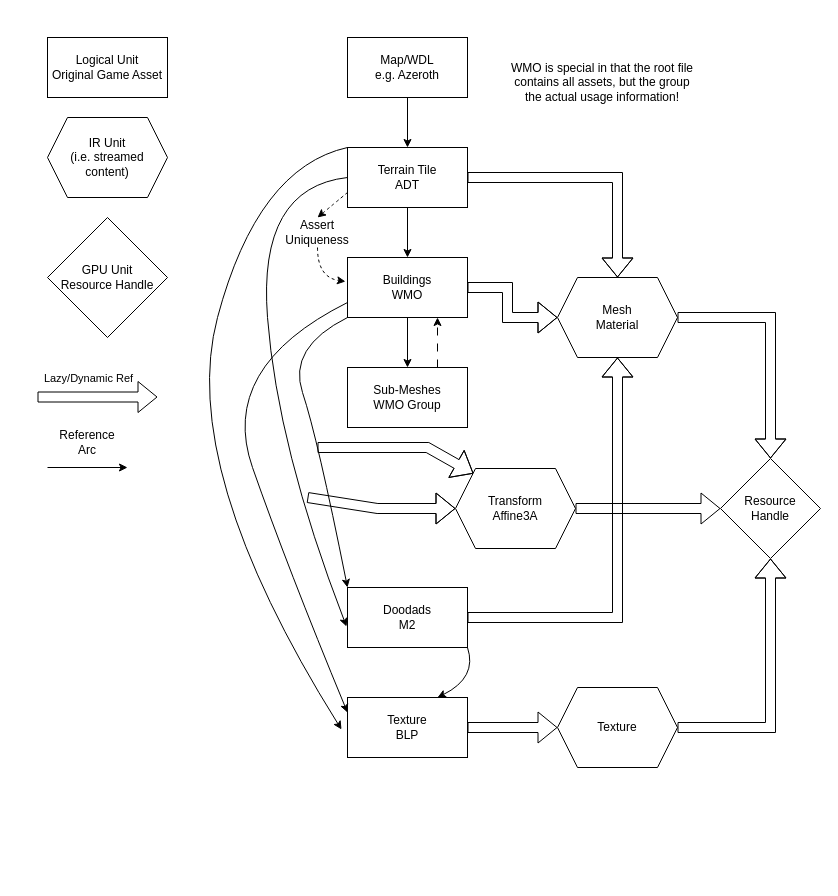
Above: docs/AssetsDAG.drawio in MeFisto94/Sargerust (draw.io), before the change. Source tidied: cells renumbered, new cells numbered last; positions are measured from the earlier drawing's top-left corner, leaving out a move shared by most shapes. Both pictures are drawn from the tidied source at 100%, with x=0, y=0 at pixel (37, 37).
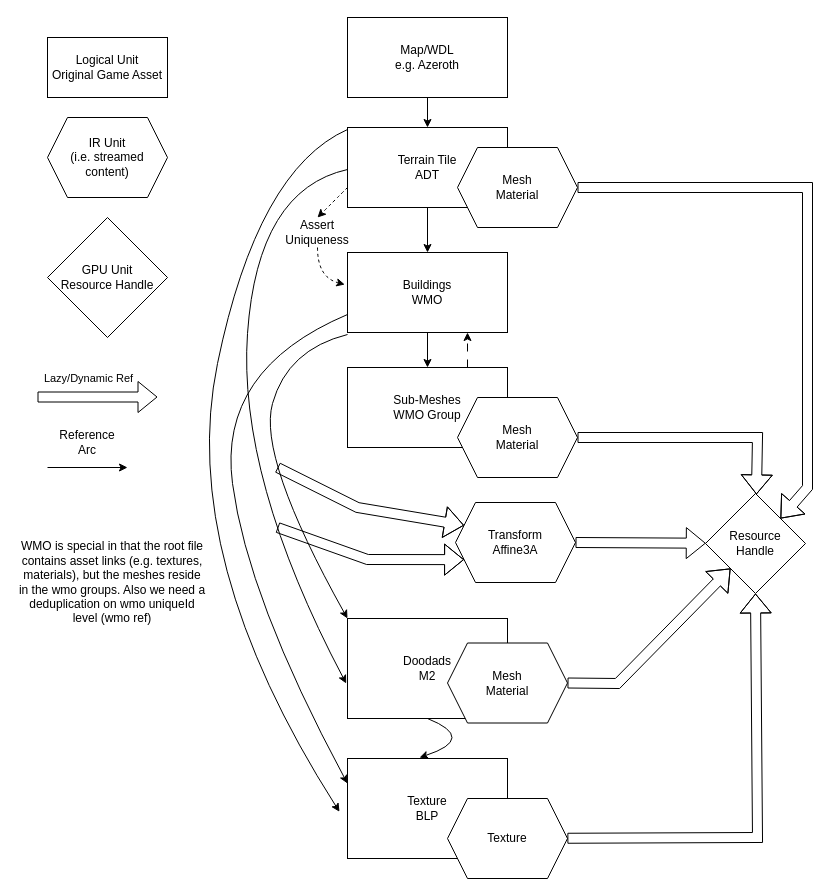
Above is the later version.

Commit message (it also covers changes not shown here):
Asset Graph: WMO: Doodad only rendering

Diff of the diagram source:
```diff
@@
     <mxCell id="2" value="&lt;div&gt;Map/WDL&lt;/div&gt;&lt;div&gt;e.g. Azeroth&lt;/div&gt;" style="rounded=0;whiteSpace=wrap;html=1;" parent="1" vertex="1">
-      <mxGeometry x="310" width="120" height="60" as="geometry" />
+      <mxGeometry x="310" y="-20" width="160" height="80" as="geometry" />
     </mxCell>
     <mxCell id="3" value="&lt;div&gt;Terrain Tile&lt;br&gt;&lt;/div&gt;&lt;div&gt;ADT&lt;/div&gt;" style="rounded=0;whiteSpace=wrap;html=1;" parent="1" vertex="1">
-      <mxGeometry x="310" y="110" width="120" height="60" as="geometry" />
+      <mxGeometry x="310" y="90" width="160" height="80" as="geometry" />
     </mxCell>
@@
     <mxCell id="5" value="Buildings&lt;br&gt;WMO" style="rounded=0;whiteSpace=wrap;html=1;" parent="1" vertex="1">
-      <mxGeometry x="310" y="220" width="120" height="60" as="geometry" />
+      <mxGeometry x="310" y="215" width="160" height="80" as="geometry" />
     </mxCell>
@@
     <mxCell id="7" value="&lt;div&gt;Sub-Meshes&lt;/div&gt;&lt;div&gt;WMO Group&lt;/div&gt;" style="rounded=0;whiteSpace=wrap;html=1;" parent="1" vertex="1">
-      <mxGeometry x="310" y="330" width="120" height="60" as="geometry" />
+      <mxGeometry x="310" y="330" width="160" height="80" as="geometry" />
     </mxCell>
@@
     <mxCell id="9" value="&lt;div&gt;Doodads&lt;/div&gt;&lt;div&gt;M2&lt;br&gt;&lt;/div&gt;" style="rounded=0;whiteSpace=wrap;html=1;" parent="1" vertex="1">
-      <mxGeometry x="310" y="550" width="120" height="60" as="geometry" />
+      <mxGeometry x="310" y="581" width="160" height="100" as="geometry" />
     </mxCell>
@@
-    <mxCell id="11" style="curved=1;endArrow=classic;html=1;rounded=0;exitX=0;exitY=0.5;exitDx=0;exitDy=0;entryX=-0.008;entryY=0.65;entryDx=0;entryDy=0;entryPerimeter=0;" parent="1" edge="1" source="3" target="9">
+    <mxCell id="11" style="curved=1;endArrow=classic;html=1;rounded=0;exitX=0;exitY=0.5;exitDx=0;exitDy=0;entryX=-0.008;entryY=0.65;entryDx=0;entryDy=0;entryPerimeter=0;" parent="1" edge="1" target="9">
       <mxGeometry relative="1" as="geometry">
+        <mxPoint x="310" y="132" as="sourcePoint" />
         <Array as="points">
-          <mxPoint x="220" y="150" />
-          <mxPoint x="240" y="410" />
+          <mxPoint x="220" y="152" />
+          <mxPoint x="200" y="440" />
         </Array>
       </mxGeometry>
     </mxCell>
@@
     <mxCell id="14" value="&lt;div&gt;Mesh&lt;/div&gt;&lt;div&gt;Material&lt;/div&gt;" style="shape=hexagon;perimeter=hexagonPerimeter2;whiteSpace=wrap;html=1;fixedSize=1;" parent="1" vertex="1">
-      <mxGeometry x="520" y="240" width="120" height="80" as="geometry" />
+      <mxGeometry x="420" y="360" width="120" height="80" as="geometry" />
     </mxCell>
-    <mxCell id="15" style="shape=flexArrow;endArrow=classic;html=1;rounded=0;entryX=0.5;entryY=1;entryDx=0;entryDy=0;exitX=1;exitY=0.5;exitDx=0;exitDy=0;" parent="1" edge="1" source="9" target="14">
+    <mxCell id="15" style="shape=flexArrow;endArrow=classic;html=1;rounded=0;exitX=1;exitY=0.5;exitDx=0;exitDy=0;entryX=0;entryY=1;entryDx=0;entryDy=0;" parent="1" edge="1" source="41" target="30">
       <mxGeometry relative="1" as="geometry">
         <Array as="points">
-          <mxPoint x="580" y="580" />
+          <mxPoint x="580" y="646" />
         </Array>
       </mxGeometry>
     </mxCell>
-    <mxCell id="16" style="curved=1;endArrow=classic;html=1;rounded=0;exitX=0;exitY=1;exitDx=0;exitDy=0;entryX=0;entryY=0;entryDx=0;entryDy=0;" parent="1" edge="1" source="5" target="9">
+    <mxCell id="16" style="curved=1;endArrow=classic;html=1;rounded=0;exitX=0;exitY=1;exitDx=0;exitDy=0;entryX=0;entryY=0;entryDx=0;entryDy=0;" parent="1" edge="1" target="9">
       <mxGeometry relative="1" as="geometry">
+        <mxPoint x="310" y="297" as="sourcePoint" />
         <Array as="points">
-          <mxPoint x="250" y="310" />
-          <mxPoint x="280" y="400" />
+          <mxPoint x="250" y="312" />
+          <mxPoint x="220" y="420" />
         </Array>
       </mxGeometry>
     </mxCell>
-    <mxCell id="17" style="shape=flexArrow;endArrow=classic;html=1;rounded=0;exitX=1;exitY=0.5;exitDx=0;exitDy=0;entryX=0;entryY=0.5;entryDx=0;entryDy=0;" parent="1" edge="1" source="5" target="14">
-      <mxGeometry relative="1" as="geometry">
-        <Array as="points">
-          <mxPoint x="470" y="250" />
-          <mxPoint x="470" y="280" />
-        </Array>
-      </mxGeometry>
-    </mxCell>
-    <mxCell id="18" style="shape=flexArrow;endArrow=classic;html=1;rounded=0;entryX=0.5;entryY=0;entryDx=0;entryDy=0;exitX=1;exitY=0.5;exitDx=0;exitDy=0;" parent="1" edge="1" source="3" target="14">
+    <mxCell id="18" style="shape=flexArrow;endArrow=classic;html=1;rounded=0;entryX=1;entryY=0;entryDx=0;entryDy=0;exitX=1;exitY=0.5;exitDx=0;exitDy=0;" parent="1" edge="1" source="42" target="30">
       <mxGeometry relative="1" as="geometry">
         <Array as="points">
-          <mxPoint x="580" y="140" />
+          <mxPoint x="770" y="150" />
+          <mxPoint x="770" y="450" />
         </Array>
       </mxGeometry>
     </mxCell>
@@
     <mxCell id="21" value="&lt;div&gt;Texture&lt;/div&gt;&lt;div&gt;BLP&lt;/div&gt;" style="rounded=0;whiteSpace=wrap;html=1;" parent="1" vertex="1">
-      <mxGeometry x="310" y="660" width="120" height="60" as="geometry" />
+      <mxGeometry x="310" y="721" width="160" height="100" as="geometry" />
     </mxCell>
-    <mxCell id="22" style="curved=1;endArrow=classic;html=1;rounded=0;exitX=1;exitY=1;exitDx=0;exitDy=0;entryX=0.75;entryY=0;entryDx=0;entryDy=0;" parent="1" edge="1" source="9" target="21">
+    <mxCell id="22" style="curved=1;endArrow=classic;html=1;rounded=0;exitX=0.5;exitY=1;exitDx=0;exitDy=0;entryX=0.45;entryY=-0.01;entryDx=0;entryDy=0;entryPerimeter=0;" parent="1" edge="1" source="9" target="21">
       <mxGeometry relative="1" as="geometry">
         <Array as="points">
-          <mxPoint x="440" y="640" />
+          <mxPoint x="440" y="701" />
         </Array>
       </mxGeometry>
     </mxCell>
@@
-    <mxCell id="24" style="curved=1;endArrow=classic;html=1;rounded=0;exitX=0;exitY=0.75;exitDx=0;exitDy=0;entryX=0;entryY=0.25;entryDx=0;entryDy=0;" parent="1" edge="1" source="5" target="21">
+    <mxCell id="24" style="curved=1;endArrow=classic;html=1;rounded=0;exitX=0;exitY=0.75;exitDx=0;exitDy=0;entryX=0;entryY=0.25;entryDx=0;entryDy=0;" parent="1" edge="1" target="21">
       <mxGeometry relative="1" as="geometry">
+        <mxPoint x="310" y="277" as="sourcePoint" />
         <Array as="points">
-          <mxPoint x="180" y="330" />
-          <mxPoint x="250" y="530" />
+          <mxPoint x="180" y="332" />
+          <mxPoint x="210" y="560" />
         </Array>
       </mxGeometry>
     </mxCell>
-    <mxCell id="25" style="curved=1;endArrow=classic;html=1;rounded=0;exitX=0;exitY=0;exitDx=0;exitDy=0;entryX=-0.05;entryY=0.533;entryDx=0;entryDy=0;entryPerimeter=0;" parent="1" edge="1" source="3" target="21">
+    <mxCell id="25" style="curved=1;endArrow=classic;html=1;rounded=0;exitX=0;exitY=0;exitDx=0;exitDy=0;entryX=-0.05;entryY=0.533;entryDx=0;entryDy=0;entryPerimeter=0;" parent="1" edge="1" target="21">
       <mxGeometry relative="1" as="geometry">
+        <mxPoint x="310" y="92" as="sourcePoint" />
         <Array as="points">
-          <mxPoint x="220" y="130" />
-          <mxPoint x="140" y="430" />
+          <mxPoint x="220" y="132" />
+          <mxPoint x="140" y="520" />
         </Array>
       </mxGeometry>
     </mxCell>
-    <mxCell id="26" value="WMO is special in that the root file contains all assets, but the group the actual usage information!" style="text;html=1;strokeColor=none;fillColor=none;align=center;verticalAlign=middle;whiteSpace=wrap;rounded=0;" parent="1" vertex="1">
-      <mxGeometry x="470" y="10" width="190" height="70" as="geometry" />
+    <mxCell id="26" value="WMO is special in that the root file contains asset links (e.g. textures, materials), but the meshes reside in the wmo groups. Also we need a deduplication on wmo uniqueId level (wmo ref)" style="text;html=1;strokeColor=none;fillColor=none;align=center;verticalAlign=middle;whiteSpace=wrap;rounded=0;" parent="1" vertex="1">
+      <mxGeometry x="-20" y="490" width="190" height="110" as="geometry" />
     </mxCell>
     <mxCell id="27" value="Texture" style="shape=hexagon;perimeter=hexagonPerimeter2;whiteSpace=wrap;html=1;fixedSize=1;" parent="1" vertex="1">
-      <mxGeometry x="520" y="650" width="120" height="80" as="geometry" />
+      <mxGeometry x="410" y="761" width="120" height="80" as="geometry" />
     </mxCell>
-    <mxCell id="28" style="shape=flexArrow;endArrow=classic;html=1;rounded=0;entryX=0;entryY=0.5;entryDx=0;entryDy=0;exitX=1;exitY=0.5;exitDx=0;exitDy=0;" parent="1" edge="1" source="21" target="27">
-      <mxGeometry relative="1" as="geometry" />
-    </mxCell>
@@
     <mxCell id="30" value="&lt;div&gt;Resource&lt;/div&gt;&lt;div&gt;Handle&lt;br&gt;&lt;/div&gt;" style="rhombus;whiteSpace=wrap;html=1;" parent="1" vertex="1">
-      <mxGeometry x="683" y="421" width="100" height="100" as="geometry" />
+      <mxGeometry x="668" y="456" width="100" height="100" as="geometry" />
     </mxCell>
     <mxCell id="31" style="shape=flexArrow;endArrow=classic;html=1;rounded=0;" parent="1" edge="1" source="14" target="30">
       <mxGeometry relative="1" as="geometry">
         <Array as="points">
-          <mxPoint x="733" y="280" />
+          <mxPoint x="720" y="400" />
         </Array>
       </mxGeometry>
     </mxCell>
     <mxCell id="32" style="shape=flexArrow;endArrow=classic;html=1;rounded=0;entryX=0.5;entryY=1;entryDx=0;entryDy=0;" parent="1" edge="1" source="27" target="30">
       <mxGeometry relative="1" as="geometry">
         <Array as="points">
-          <mxPoint x="733" y="690" />
+          <mxPoint x="720" y="800" />
         </Array>
       </mxGeometry>
     </mxCell>
-    <mxCell id="33" style="shape=flexArrow;endArrow=classic;html=1;rounded=0;entryX=0.15;entryY=0.063;entryDx=0;entryDy=0;entryPerimeter=0;" parent="1" edge="1" target="34">
+    <mxCell id="33" style="shape=flexArrow;endArrow=classic;html=1;rounded=0;entryX=0;entryY=0.25;entryDx=0;entryDy=0;" parent="1" edge="1" target="34">
       <mxGeometry relative="1" as="geometry">
-        <mxPoint x="280" y="410" as="sourcePoint" />
+        <mxPoint x="240" y="430" as="sourcePoint" />
         <Array as="points">
-          <mxPoint x="390" y="410" />
+          <mxPoint x="320" y="470" />
         </Array>
       </mxGeometry>
     </mxCell>
     <mxCell id="34" value="&lt;div&gt;Transform&lt;/div&gt;&lt;div&gt;Affine3A&lt;br&gt;&lt;/div&gt;" style="shape=hexagon;perimeter=hexagonPerimeter2;whiteSpace=wrap;html=1;fixedSize=1;" parent="1" vertex="1">
-      <mxGeometry x="418" y="431" width="120" height="80" as="geometry" />
+      <mxGeometry x="418" y="465" width="120" height="80" as="geometry" />
     </mxCell>
@@
-    <mxCell id="36" style="shape=flexArrow;endArrow=classic;html=1;rounded=0;entryX=0;entryY=0.5;entryDx=0;entryDy=0;" parent="1" edge="1" target="34">
+    <mxCell id="36" style="shape=flexArrow;endArrow=classic;html=1;rounded=0;entryX=0;entryY=0.75;entryDx=0;entryDy=0;" parent="1" edge="1" target="34">
       <mxGeometry relative="1" as="geometry">
-        <mxPoint x="270" y="460" as="sourcePoint" />
+        <mxPoint x="240" y="490" as="sourcePoint" />
         <Array as="points">
-          <mxPoint x="340" y="471" />
+          <mxPoint x="330" y="522" />
         </Array>
       </mxGeometry>
     </mxCell>
@@
+    <mxCell id="41" value="&lt;div&gt;Mesh&lt;/div&gt;&lt;div&gt;Material&lt;/div&gt;" style="shape=hexagon;perimeter=hexagonPerimeter2;whiteSpace=wrap;html=1;fixedSize=1;" parent="1" vertex="1">
+      <mxGeometry x="410" y="605.5" width="120" height="80" as="geometry" />
+    </mxCell>
+    <mxCell id="42" value="&lt;div&gt;Mesh&lt;/div&gt;&lt;div&gt;Material&lt;/div&gt;" style="shape=hexagon;perimeter=hexagonPerimeter2;whiteSpace=wrap;html=1;fixedSize=1;" parent="1" vertex="1">
+      <mxGeometry x="420" y="110" width="120" height="80" as="geometry" />
+    </mxCell>
```
